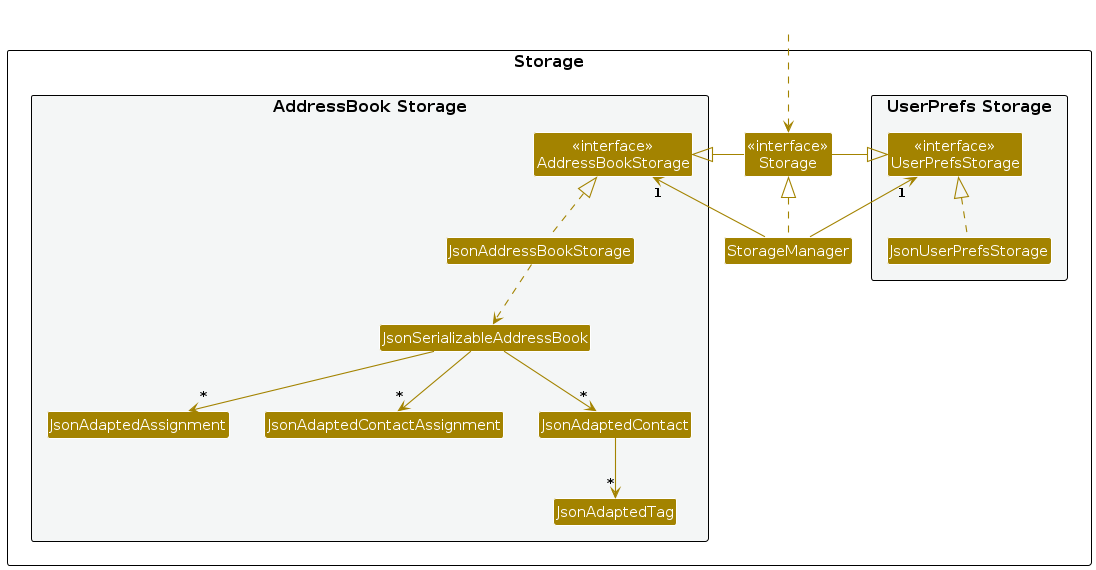
This is diagrams/StorageClassDiagram.png from AY2526S2-CS2103T-T10-1/tp, a PlantUML export, as it was before one commit. Its source is kept beside it as diagrams/StorageClassDiagram.puml.
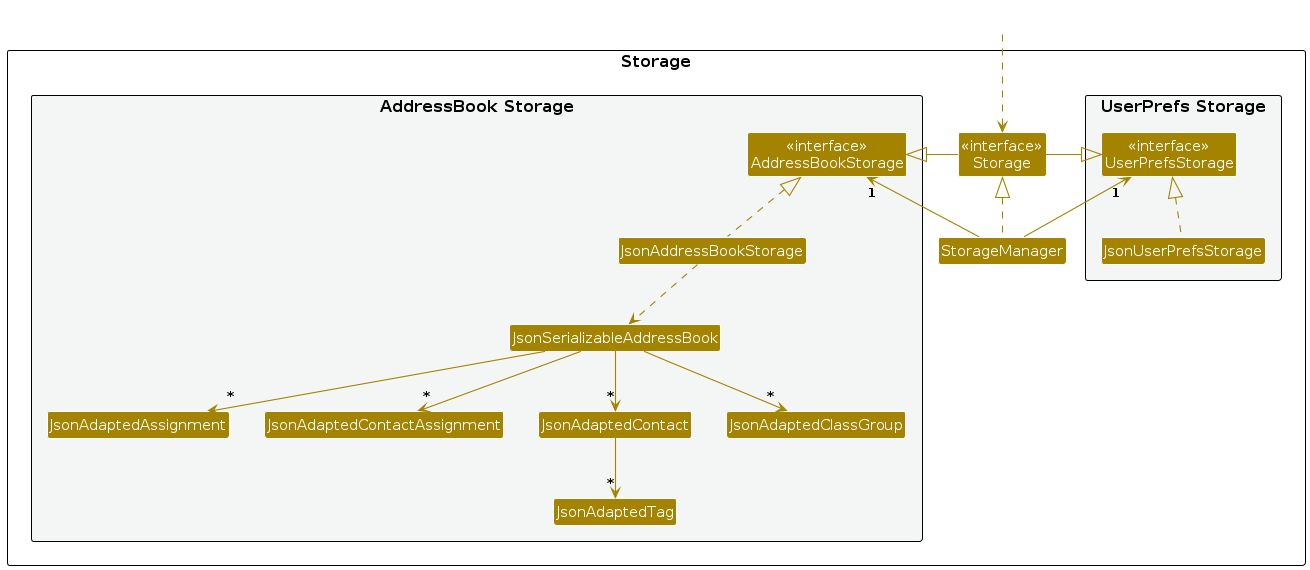
The same file after the commit.

What changed in the source:
```diff
@@ -21,6 +21,7 @@
 class JsonAdaptedAssignment
 class JsonAdaptedContactAssignment
 Class JsonAdaptedContact
+Class JsonAdaptedClassGroup
 Class JsonAdaptedTag
 }
 
@@ -42,6 +43,7 @@
 JsonSerializableAddressBook --> "*" JsonAdaptedContact
 JsonSerializableAddressBook --> "*" JsonAdaptedAssignment
 JsonSerializableAddressBook --> "*" JsonAdaptedContactAssignment
+JsonSerializableAddressBook --> "*" JsonAdaptedClassGroup
 JsonAdaptedContact --> "*" JsonAdaptedTag
 
 @enduml
```
